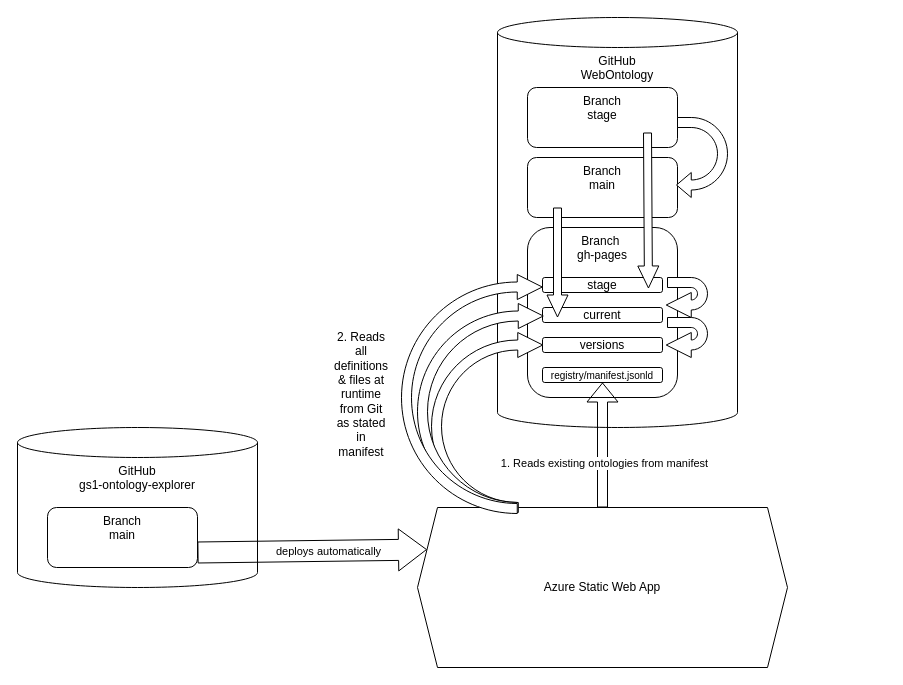
Above: OntologyExplorerOverview.drawio in Ben-GS1/gs1-ontology-explorer (draw.io), before the change. Source tidied: cells renumbered, new cells numbered last; positions are measured from the earlier drawing's top-left corner, leaving out a move shared by most shapes. Both pictures are drawn from the tidied source at 100%, with x=0, y=0 at pixel (17, 17).
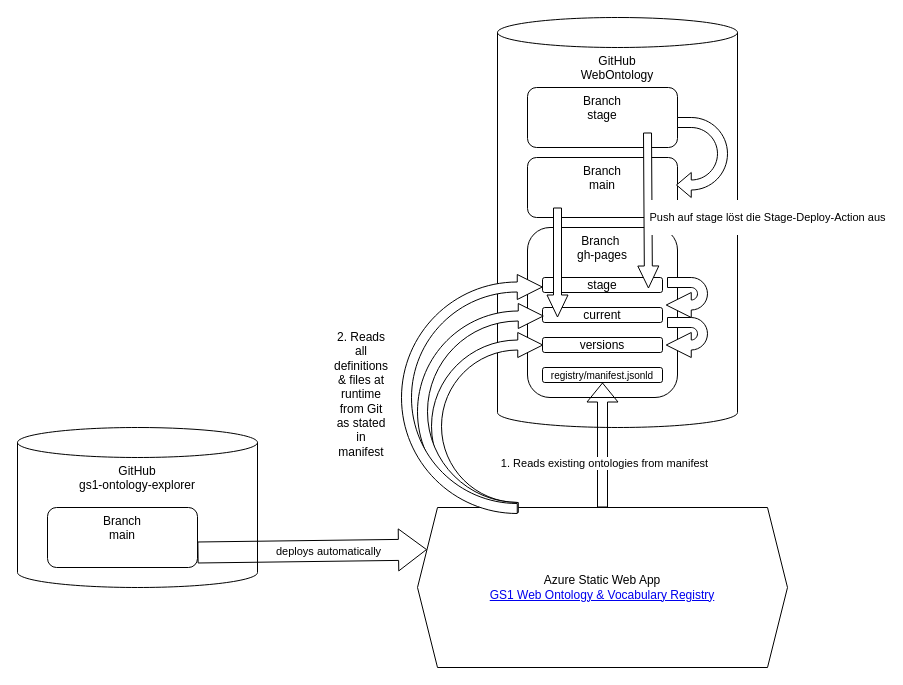
After the change.

Unchanged cells that the change refers to:
```xml
<mxCell id="25" style="shape=flexArrow;endArrow=classic;html=1;rounded=0;width=8;endSize=7;endWidth=12;fillColor=light-dark(#FFFFFF,#000000);entryX=0.883;entryY=0.733;entryDx=0;entryDy=0;entryPerimeter=0;" parent="1" edge="1" target="8">
  <mxGeometry relative="1" as="geometry">
    <mxPoint x="630" y="115" as="sourcePoint" />
  </mxGeometry>
</mxCell>
```

Change to the diagram source:
```diff
@@
-    <mxCell id="13" value="Azure Static Web App" style="shape=hexagon;perimeter=hexagonPerimeter2;whiteSpace=wrap;html=1;shapeInside=1;fixedSize=1;" parent="1" vertex="1">
+    <mxCell id="13" value="Azure Static Web App&lt;br&gt;&lt;a class=&quot;group flex items-center gap-3&quot; href=&quot;https://happy-river-0c5cd5303.7.azurestaticapps.net/&quot;&gt;&lt;span class=&quot;font-display text-[15px] font-semibold leading-tight tracking-tight&quot;&gt;GS1 Web Ontology &amp;amp; Vocabulary Registry&lt;/span&gt;&lt;/a&gt;" style="shape=hexagon;perimeter=hexagonPerimeter2;whiteSpace=wrap;html=1;shapeInside=1;fixedSize=1;" parent="1" vertex="1">
       <mxGeometry x="400" y="490" width="370" height="160" as="geometry" />
     </mxCell>
@@
+    <mxCell id="26" value="&lt;p data-pm-slice=&quot;1 1 [&amp;quot;bulletList&amp;quot;,{&amp;quot;localId&amp;quot;:&amp;quot;62834010-b212-4eca-9063-d2962eab4522&amp;quot;},&amp;quot;listItem&amp;quot;,{&amp;quot;localId&amp;quot;:&amp;quot;8b7be1ba-a152-4299-b205-d34393648bae&amp;quot;},&amp;quot;bulletList&amp;quot;,{&amp;quot;localId&amp;quot;:&amp;quot;aaf72812-0166-4cd8-8c68-c474dea26977&amp;quot;},&amp;quot;listItem&amp;quot;,{&amp;quot;localId&amp;quot;:&amp;quot;9cfd9492-64fd-4a1e-8593-6a0d0694fb88&amp;quot;}]&quot;&gt;Push auf stage löst die Stage-Deploy‑Action aus&lt;/p&gt;" style="edgeLabel;html=1;align=center;verticalAlign=middle;" parent="25" vertex="1">
+      <mxGeometry x="0.12" relative="1" as="geometry">
+        <mxPoint x="119" y="-2" as="offset" />
+      </mxGeometry>
+    </mxCell>
```
